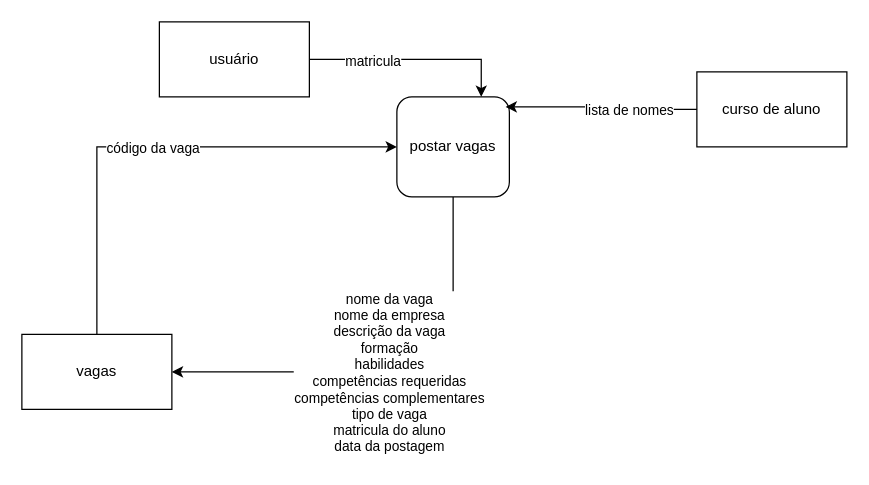
The draw.io diagram postar-vagas.drawio in dariojunio/analise-modelagem-sistemas, before the edit. Source tidied: cells renumbered, new cells numbered last; positions are measured from the earlier drawing's top-left corner, leaving out a move shared by most shapes. Both pictures are drawn from the tidied source at 125%, with x=0, y=0 at pixel (21, 21).
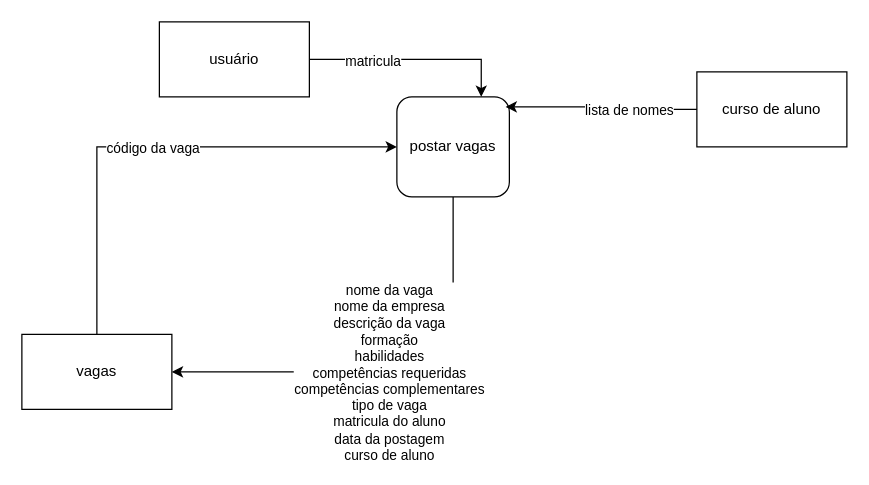
After the change.

Change to the diagram source:
```diff
@@
 <mxGraphModel>
   <root>
     <mxCell id="0" />
     <mxCell id="1" parent="0" />
     <mxCell id="2" style="edgeStyle=orthogonalEdgeStyle;rounded=0;jettySize=auto;html=1;entryX=1;entryY=0.5;entryDx=0;entryDy=0;exitX=0.5;exitY=1;exitDx=0;exitDy=0;" parent="1" edge="1" source="4" target="10">
       <mxGeometry relative="1" as="geometry">
         <Array as="points">
           <mxPoint x="345" y="280" />
           <mxPoint x="130" y="280" />
         </Array>
       </mxGeometry>
     </mxCell>
-    <mxCell id="3" value="nome da vaga&lt;br&gt;nome da empresa&lt;br&gt;descrição da vaga&lt;br&gt;formação&lt;br&gt;habilidades&lt;br&gt;competências requeridas&lt;br&gt;competências complementares&lt;div&gt;tipo de vaga&lt;/div&gt;&lt;div&gt;matricula do aluno&lt;br&gt;data da postagem&lt;/div&gt;" style="edgeLabel;html=1;align=center;verticalAlign=middle;" parent="2" vertex="1">
+    <mxCell id="3" value="nome da vaga&lt;br&gt;nome da empresa&lt;br&gt;descrição da vaga&lt;br&gt;formação&lt;br&gt;habilidades&lt;br&gt;competências requeridas&lt;br&gt;competências complementares&lt;div&gt;tipo de vaga&lt;/div&gt;&lt;div&gt;matricula do aluno&lt;br&gt;data da postagem&lt;/div&gt;&lt;div&gt;curso de aluno&lt;/div&gt;" style="edgeLabel;html=1;align=center;verticalAlign=middle;" parent="2" vertex="1">
       <mxGeometry x="0.16" y="1" relative="1" as="geometry">
         <mxPoint x="20" y="-1" as="offset" />
       </mxGeometry>
     </mxCell>
     <mxCell id="4" value="postar vagas" style="rounded=1;whiteSpace=wrap;html=1;" parent="1" vertex="1">
       <mxGeometry x="300" y="60" width="90" height="80" as="geometry" />
     </mxCell>
     <mxCell id="5" style="edgeStyle=orthogonalEdgeStyle;rounded=0;jettySize=auto;html=1;entryX=0.75;entryY=0;entryDx=0;entryDy=0;" parent="1" edge="1" source="7" target="4">
       <mxGeometry relative="1" as="geometry" />
     </mxCell>
     <mxCell id="6" value="matricula" style="edgeLabel;html=1;align=center;verticalAlign=middle;" parent="5" vertex="1">
       <mxGeometry x="-0.4" y="-1" relative="1" as="geometry" />
     </mxCell>
     <mxCell id="7" value="usuário" style="rounded=0;whiteSpace=wrap;html=1;" parent="1" vertex="1">
       <mxGeometry x="110" width="120" height="60" as="geometry" />
     </mxCell>
     <mxCell id="8" style="edgeStyle=orthogonalEdgeStyle;rounded=0;jettySize=auto;html=1;exitX=0.5;exitY=0;exitDx=0;exitDy=0;entryX=0;entryY=0.5;entryDx=0;entryDy=0;" parent="1" edge="1" source="10" target="4">
       <mxGeometry relative="1" as="geometry" />
     </mxCell>
     <mxCell id="9" value="código da vaga" style="edgeLabel;html=1;align=center;verticalAlign=middle;" parent="8" vertex="1">
       <mxGeometry x="-0.03" y="-3" relative="1" as="geometry">
         <mxPoint x="5" y="-3" as="offset" />
       </mxGeometry>
     </mxCell>
     <mxCell id="10" value="vagas" style="rounded=0;whiteSpace=wrap;html=1;" parent="1" vertex="1">
       <mxGeometry y="250" width="120" height="60" as="geometry" />
     </mxCell>
     <mxCell id="11" value="curso de aluno" style="rounded=0;whiteSpace=wrap;html=1;" parent="1" vertex="1">
       <mxGeometry x="540" y="40" width="120" height="60" as="geometry" />
     </mxCell>
     <mxCell id="12" style="edgeStyle=orthogonalEdgeStyle;rounded=0;jettySize=auto;html=1;entryX=0.967;entryY=0.1;entryDx=0;entryDy=0;entryPerimeter=0;" parent="1" edge="1" source="11" target="4">
       <mxGeometry relative="1" as="geometry" />
     </mxCell>
     <mxCell id="13" value="lista de nomes" style="edgeLabel;html=1;align=center;verticalAlign=middle;" parent="12" vertex="1">
       <mxGeometry x="-0.29" y="-1" relative="1" as="geometry">
         <mxPoint y="1" as="offset" />
       </mxGeometry>
     </mxCell>
   </root>
 </mxGraphModel>
```
